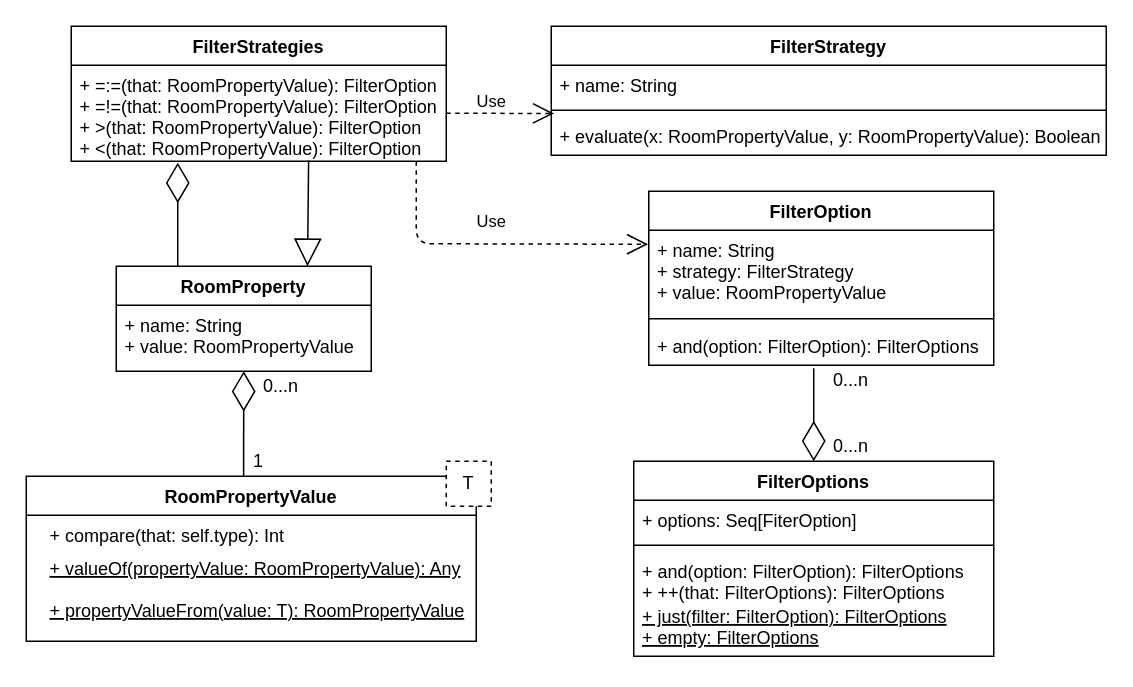
Earlier version of the draw.io diagram doc/diagrams/common/room/property_and_filters-class.drawio (StefanoSalvatori/PPS-18-scala-omg). Source tidied: cells renumbered, new cells numbered last; positions are measured from the earlier drawing's top-left corner, leaving out a move shared by most shapes. Both pictures are drawn from the tidied source at 150%, with x=0, y=0 at pixel (26, 26).
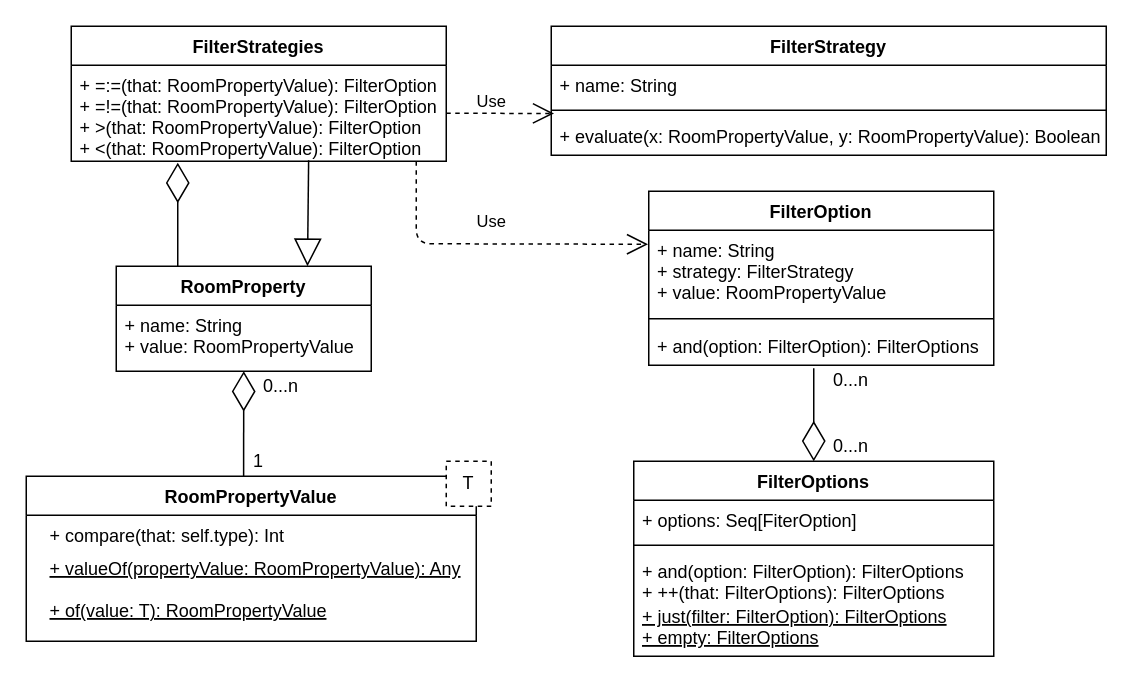
After the change.

Commit message (it also covers changes not shown here):
Add properties and filters section in report chapter 4 - Design

Diff of the diagram source:
```diff
@@
-    <mxCell id="7" value="+ valueOf(propertyValue: RoomPropertyValue): Any&#10;&#10;+ propertyValueFrom(value: T): RoomPropertyValue" style="text;strokeColor=none;fillColor=none;align=left;verticalAlign=top;spacingLeft=4;spacingRight=4;overflow=hidden;fontStyle=4;" parent="1" vertex="1">
+    <mxCell id="7" value="+ valueOf(propertyValue: RoomPropertyValue): Any&#10;&#10;+ of(value: T): RoomPropertyValue" style="text;strokeColor=none;fillColor=none;align=left;verticalAlign=top;spacingLeft=4;spacingRight=4;overflow=hidden;fontStyle=4;" parent="1" vertex="1">
       <mxGeometry x="10" y="348" width="290" height="48" as="geometry" />
     </mxCell>
```
